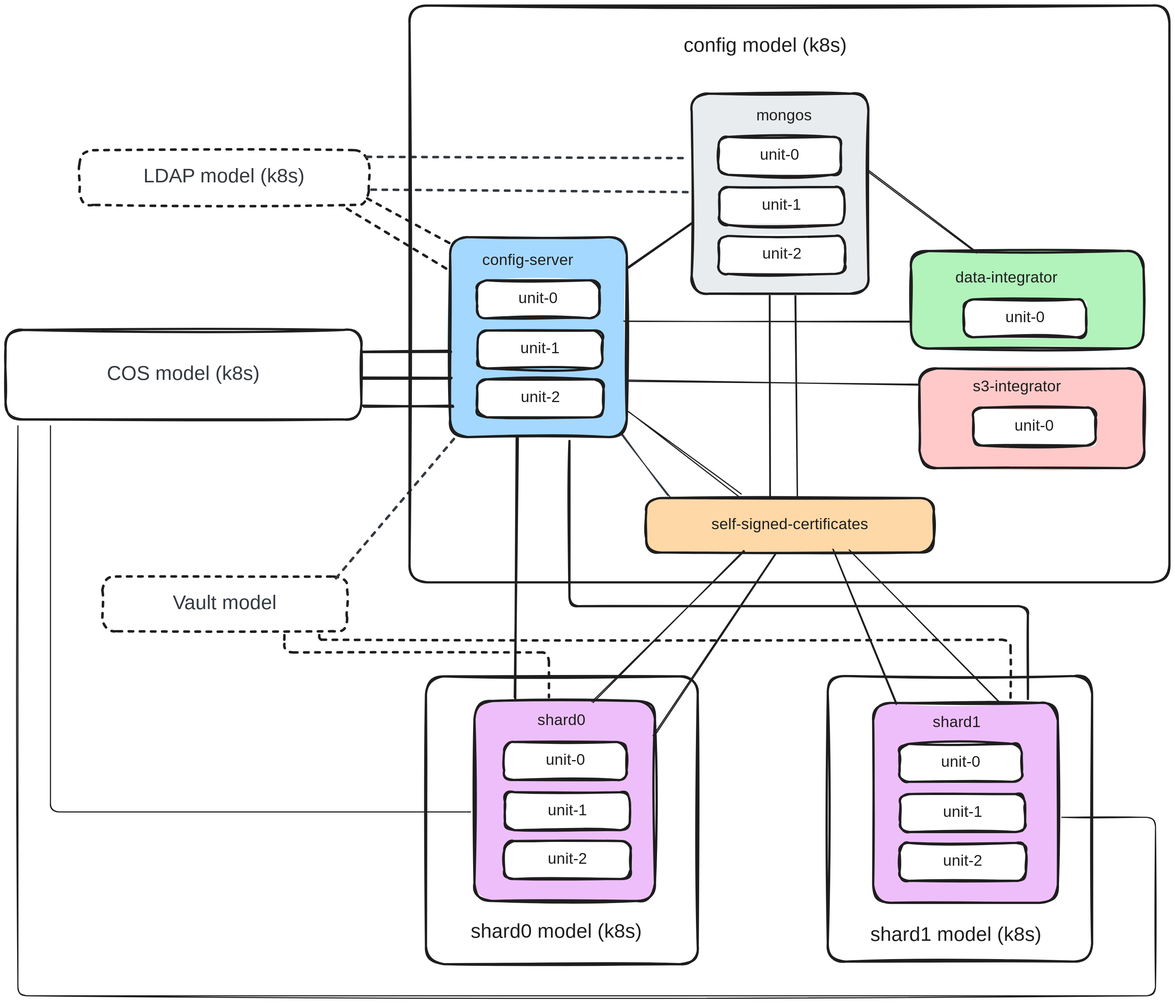
Earlier version of the Excalidraw export solutions/data/charmed-mongodb/sharded-cluster/aws/k8s/docs/sharded-cluster-aws-k8s.excalidraw.svg (canonical/charms-reference-architectures). Source tidied: one line per element, renumbered; positions are measured from the earlier drawing's top-left corner, leaving out a move shared by most shapes.
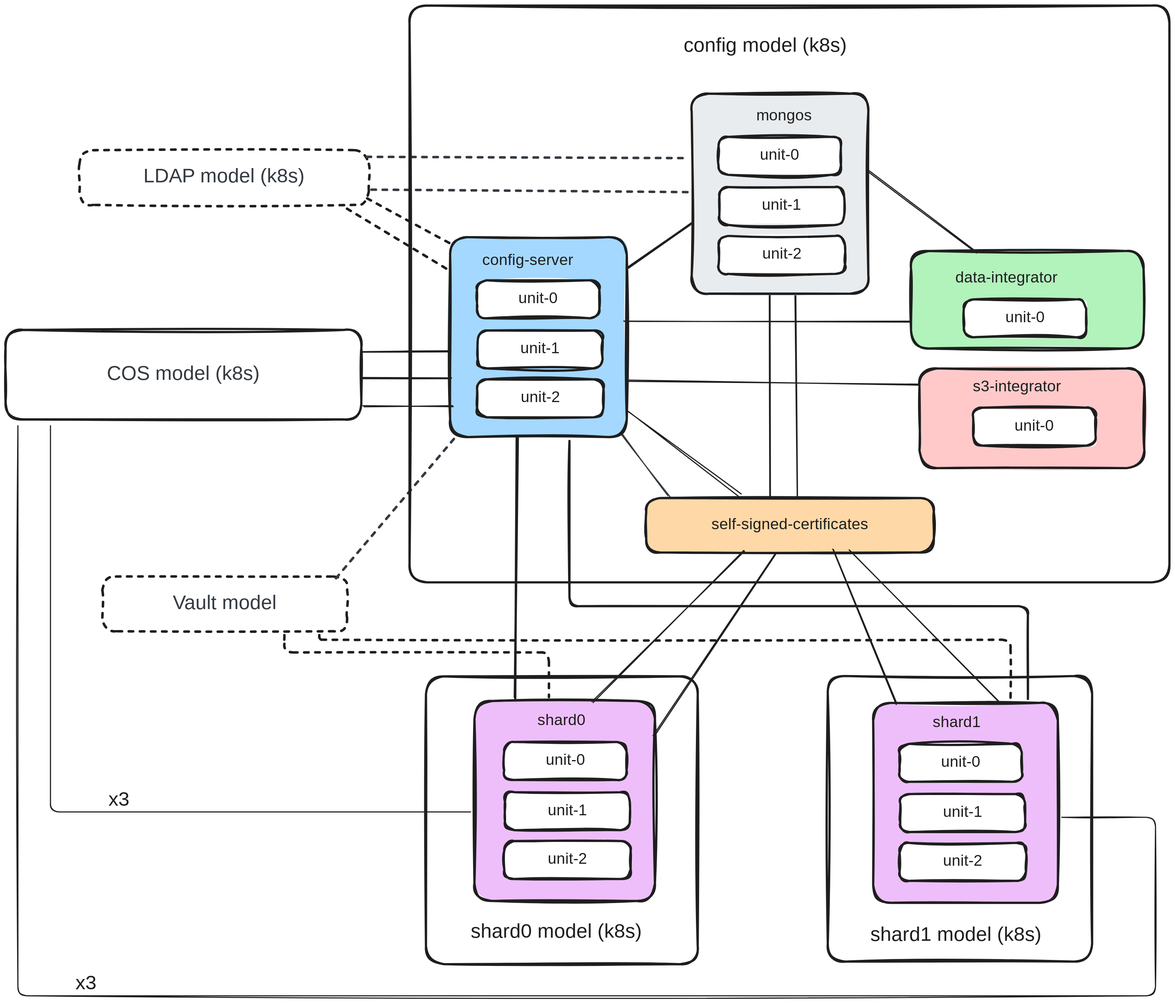
After the commit.

What changed in the source:
```diff
@@ -71,10 +71,12 @@
 {"id": 70, "type": "text", "text": "mongos", "strokeColor": "#1e1e1e", "backgroundColor": "#a5d8ff", "fillStyle": "solid", "strokeWidth": 4, "roughness": 2, "fontSize": 28, "fontFamily": 8, "x": 1350, "y": 182, "width": 92, "height": 35}
 {"id": 71, "type": "line", "strokeColor": "#1e1e1e", "backgroundColor": "#e9ecef", "fillStyle": "solid", "strokeWidth": 4, "strokeStyle": "dashed", "roughness": 1, "round": true, "x": 651, "y": 346, "width": 150, "height": 83, "points": [[0, 0], [150, 83]]}
 {"id": 72, "type": "line", "strokeColor": "#1e1e1e", "backgroundColor": "#e9ecef", "fillStyle": "solid", "strokeWidth": 4, "strokeStyle": "dashed", "roughness": 1, "round": true, "x": 615, "y": 365, "width": 180, "height": 109, "points": [[0, 0], [180, 109]]}
-{"id": 73, "type": "line", "strokeColor": "#1e1e1e", "backgroundColor": "#e9ecef", "fillStyle": "solid", "strokeWidth": 4, "roughness": 1, "round": true, "x": 640, "y": 622, "width": 162, "height": 0, "points": [[0, 0], [162, 0]]}
+{"id": 73, "type": "line", "strokeColor": "#1e1e1e", "backgroundColor": "#e9ecef", "fillStyle": "solid", "strokeWidth": 2, "roughness": 1, "round": true, "x": 640, "y": 622, "width": 162, "height": 0, "points": [[0, 0], [162, 0]]}
-{"id": 74, "type": "line", "strokeColor": "#1e1e1e", "backgroundColor": "#e9ecef", "fillStyle": "solid", "strokeWidth": 4, "roughness": 1, "round": true, "x": 640, "y": 670, "width": 162, "height": 0, "points": [[0, 0], [162, 0]]}
+{"id": 74, "type": "line", "strokeColor": "#1e1e1e", "backgroundColor": "#e9ecef", "fillStyle": "solid", "strokeWidth": 2, "roughness": 1, "round": true, "x": 640, "y": 670, "width": 162, "height": 0, "points": [[0, 0], [162, 0]]}
-{"id": 75, "type": "line", "strokeColor": "#1e1e1e", "backgroundColor": "#e9ecef", "fillStyle": "solid", "strokeWidth": 4, "roughness": 1, "round": true, "x": 643, "y": 721, "width": 162, "height": 0, "points": [[0, 0], [162, 0]]}
+{"id": 75, "type": "line", "strokeColor": "#1e1e1e", "backgroundColor": "#e9ecef", "fillStyle": "solid", "strokeWidth": 2, "roughness": 1, "round": true, "x": 643, "y": 721, "width": 162, "height": 0, "points": [[0, 0], [162, 0]]}
 {"id": 76, "type": "line", "strokeColor": "#1e1e1e", "backgroundColor": "#e9ecef", "fillStyle": "solid", "strokeWidth": 4, "roughness": 1, "round": true, "x": 1118, "y": 471, "width": 114, "height": 78, "points": [[0, 0], [114, -78]]}
 {"id": 77, "type": "line", "strokeColor": "#1e1e1e", "backgroundColor": "#e9ecef", "fillStyle": "solid", "strokeWidth": 2, "roughness": 1, "round": true, "x": 1113, "y": 567, "width": 512, "height": 0, "points": [[0, 0], [512, 0]]}
 {"id": 78, "type": "line", "strokeColor": "#1e1e1e", "backgroundColor": "#e9ecef", "fillStyle": "solid", "strokeWidth": 2, "roughness": 1, "round": true, "x": 1119, "y": 674, "width": 523, "height": 8, "points": [[0, 0], [523, 8]]}
 {"id": 79, "type": "line", "strokeColor": "#1e1e1e", "backgroundColor": "#e9ecef", "fillStyle": "solid", "strokeWidth": 2, "roughness": 1, "round": true, "x": 1551, "y": 296, "width": 197, "height": 148, "points": [[0, 0], [197, 148]]}
+{"id": 80, "type": "text", "text": "x3", "strokeColor": "#1e1e1e", "backgroundColor": "#e9ecef", "fillStyle": "solid", "strokeWidth": 2, "roughness": 1, "fontSize": 36, "fontFamily": 8, "textAlign": "center", "x": 184, "y": 1407, "width": 40, "height": 45}
+{"id": 81, "type": "text", "text": "x3", "strokeColor": "#1e1e1e", "backgroundColor": "#e9ecef", "fillStyle": "solid", "strokeWidth": 2, "roughness": 1, "fontSize": 36, "fontFamily": 8, "textAlign": "center", "x": 125, "y": 1737, "width": 40, "height": 45}
```
